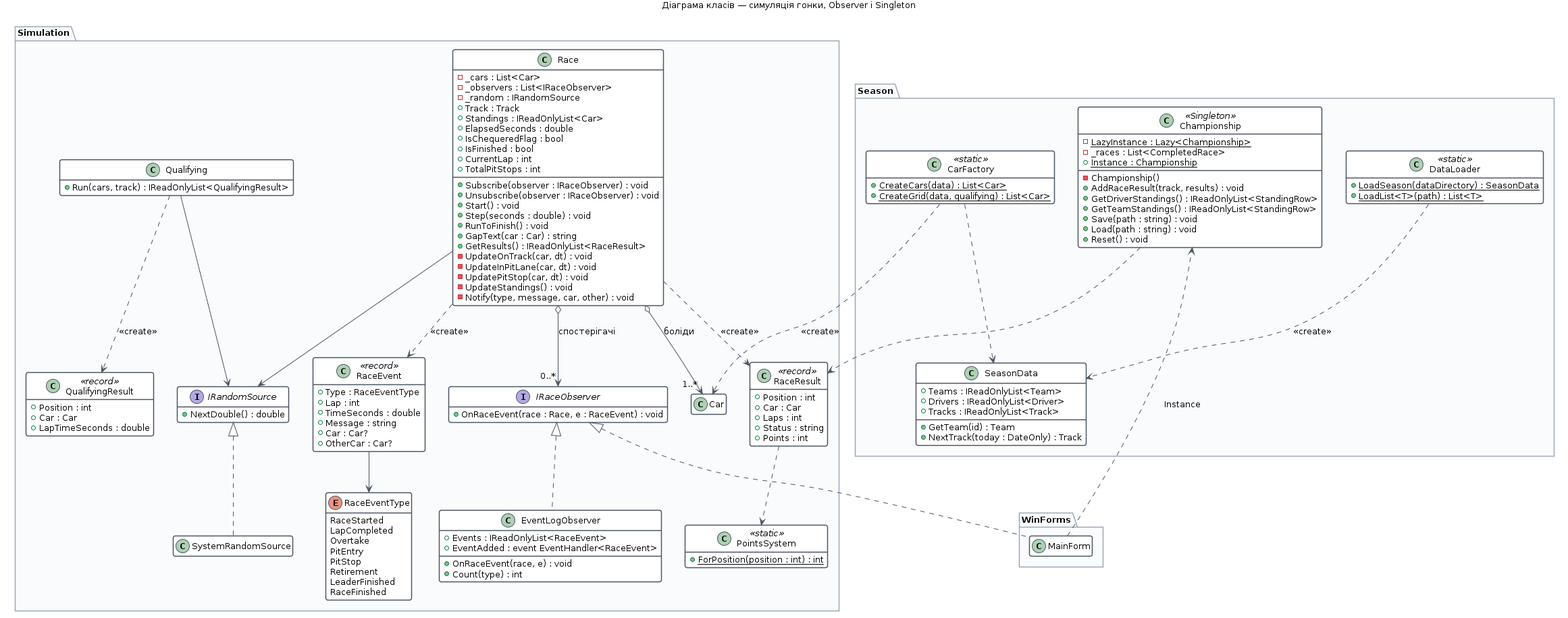
Before: docs/uml/04-class-simulation.png, a diagram exported from PlantUML (makson221/F1RaceSimulator). Its source is kept beside it as docs/uml/04-class-simulation.puml.
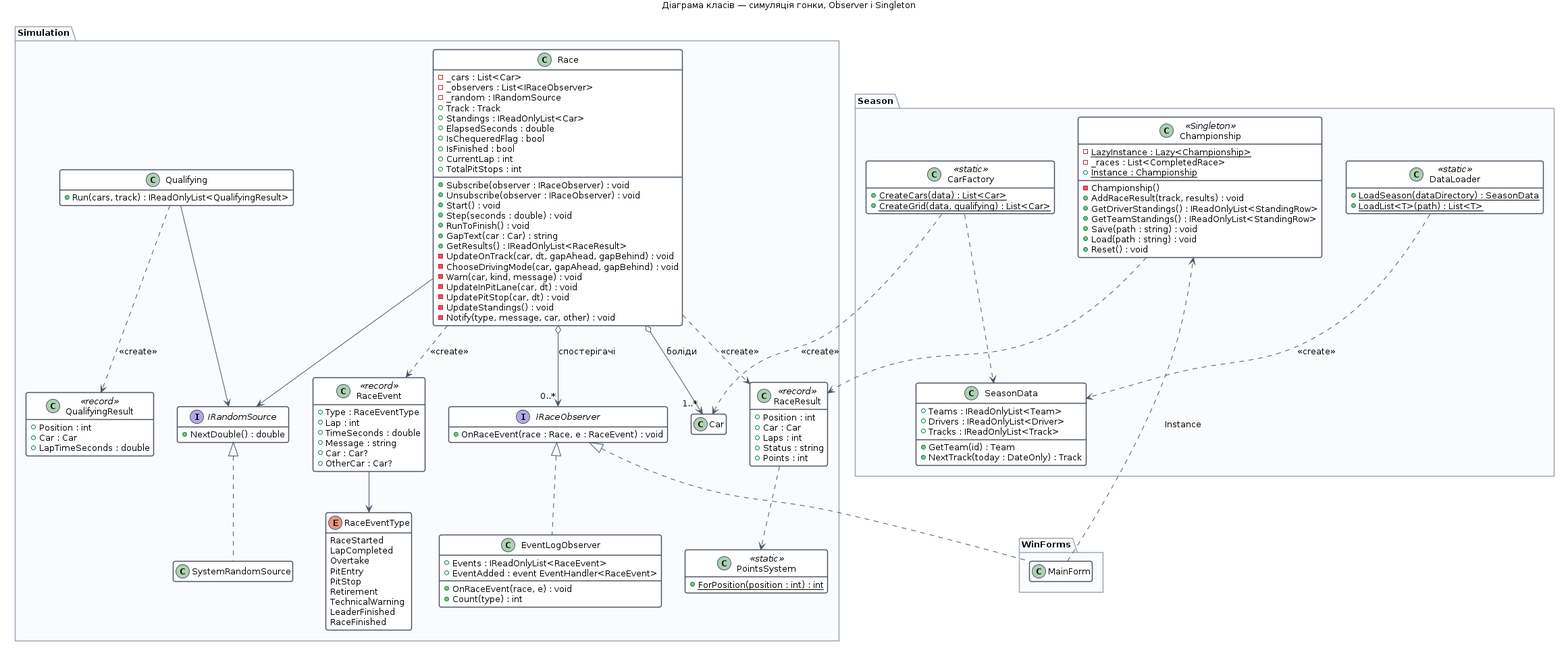
After the change.

Diff of the diagram source:
```diff
@@ -21,7 +21,9 @@
     +RunToFinish() : void
     +GapText(car : Car) : string
     +GetResults() : IReadOnlyList<RaceResult>
-    -UpdateOnTrack(car, dt) : void
+    -UpdateOnTrack(car, dt, gapAhead, gapBehind) : void
+    -ChooseDrivingMode(car, gapAhead, gapBehind) : void
+    -Warn(car, kind, message) : void
     -UpdateInPitLane(car, dt) : void
     -UpdatePitStop(car, dt) : void
     -UpdateStandings() : void
@@ -51,6 +53,7 @@
     PitEntry
     PitStop
     Retirement
+    TechnicalWarning
     LeaderFinished
     RaceFinished
   }
```
